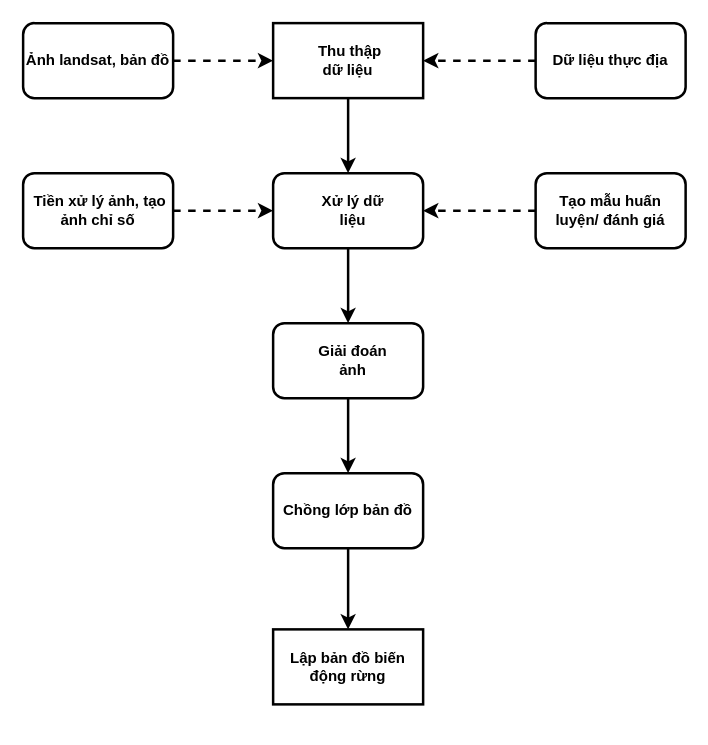
Before: tltk/kl.drawio in Hitachi124/-Users-lengochuynh-Downloads-code, a draw.io diagram. Source tidied: cells renumbered, new cells numbered last; positions are measured from the earlier drawing's top-left corner, leaving out a move shared by most shapes. Both pictures are drawn from the tidied source at 125%, with x=0, y=0 at pixel (22, 22).
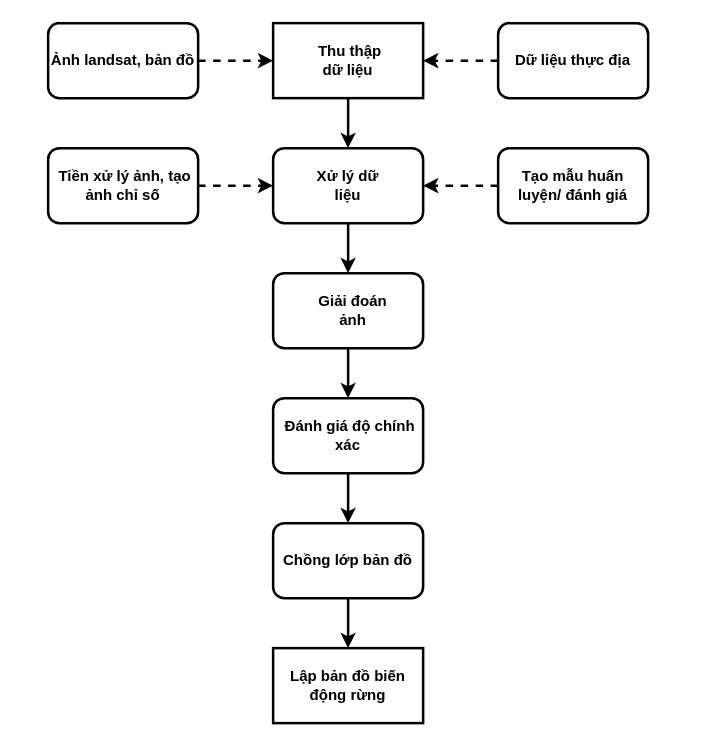
Above is the later version.

Commit message:
Cập nhật kl.drawio

What changed in the source:
```diff
@@
     <mxCell id="4" value="&lt;b&gt;Lập bản đồ biến động rừng&lt;/b&gt;" style="rounded=0;whiteSpace=wrap;html=1;strokeWidth=2;" parent="1" vertex="1">
-      <mxGeometry x="200" y="485" width="120" height="60" as="geometry" />
+      <mxGeometry x="200" y="500" width="120" height="60" as="geometry" />
     </mxCell>
@@
     <mxCell id="6" style="rounded=1;whiteSpace=wrap;html=1;strokeWidth=2;" parent="1" vertex="1">
-      <mxGeometry x="200" y="120" width="120" height="60" as="geometry" />
+      <mxGeometry x="200" y="100" width="120" height="60" as="geometry" />
     </mxCell>
@@
     <mxCell id="8" style="rounded=1;whiteSpace=wrap;html=1;strokeWidth=2;" parent="1" vertex="1">
-      <mxGeometry x="200" y="240" width="120" height="60" as="geometry" />
+      <mxGeometry x="200" y="200" width="120" height="60" as="geometry" />
     </mxCell>
-    <mxCell id="9" style="edgeStyle=orthogonalEdgeStyle;rounded=0;jettySize=auto;html=1;exitX=0.5;exitY=1;exitDx=0;exitDy=0;entryX=0.5;entryY=0;entryDx=0;entryDy=0;strokeWidth=2;" parent="1" edge="1" source="10" target="4">
-      <mxGeometry relative="1" as="geometry" />
-    </mxCell>
+    <mxCell id="22" style="edgeStyle=orthogonalEdgeStyle;rounded=0;jettySize=auto;html=1;exitX=0.5;exitY=1;exitDx=0;exitDy=0;entryX=0.5;entryY=0;entryDx=0;entryDy=0;strokeWidth=2;" parent="1" edge="1" source="10" target="24">
+      <mxGeometry relative="1" as="geometry" />
+    </mxCell>
-    <mxCell id="10" value="&lt;b&gt;Chồng lớp bản đồ&lt;/b&gt;" style="rounded=1;whiteSpace=wrap;html=1;strokeWidth=2;" parent="1" vertex="1">
-      <mxGeometry x="200" y="360" width="120" height="60" as="geometry" />
+    <mxCell id="10" value="&lt;b&gt;&amp;nbsp;Đánh giá độ chính xác&lt;/b&gt;" style="rounded=1;whiteSpace=wrap;html=1;strokeWidth=2;" parent="1" vertex="1">
+      <mxGeometry x="200" y="300" width="120" height="60" as="geometry" />
     </mxCell>
@@
     <mxCell id="12" value="&lt;b&gt;Xử lý dữ liệu&lt;/b&gt;" style="text;html=1;align=center;verticalAlign=middle;whiteSpace=wrap;rounded=0;" parent="1" vertex="1">
-      <mxGeometry x="234" y="135" width="60" height="30" as="geometry" />
+      <mxGeometry x="230" y="115" width="60" height="30" as="geometry" />
     </mxCell>
     <mxCell id="13" value="&lt;b&gt;Giải đoán ảnh&lt;/b&gt;" style="text;html=1;align=center;verticalAlign=middle;whiteSpace=wrap;rounded=0;" parent="1" vertex="1">
-      <mxGeometry x="234" y="255" width="60" height="30" as="geometry" />
+      <mxGeometry x="234" y="215" width="60" height="30" as="geometry" />
     </mxCell>
@@
     <mxCell id="15" value="&lt;b&gt;Ảnh landsat, bản đồ&lt;/b&gt;" style="rounded=1;whiteSpace=wrap;html=1;strokeWidth=2;" parent="1" vertex="1">
-      <mxGeometry width="120" height="60" as="geometry" />
+      <mxGeometry x="20" width="120" height="60" as="geometry" />
     </mxCell>
@@
     <mxCell id="17" value="&lt;b&gt;&amp;nbsp;Tiền xử lý ảnh, tạo ảnh chỉ số&lt;/b&gt;" style="rounded=1;whiteSpace=wrap;html=1;strokeWidth=2;" parent="1" vertex="1">
-      <mxGeometry y="120" width="120" height="60" as="geometry" />
+      <mxGeometry x="20" y="100" width="120" height="60" as="geometry" />
     </mxCell>
@@
     <mxCell id="19" value="&lt;b&gt;Dữ liệu thực địa&lt;/b&gt;" style="rounded=1;whiteSpace=wrap;html=1;strokeWidth=2;" parent="1" vertex="1">
-      <mxGeometry x="410" width="120" height="60" as="geometry" />
+      <mxGeometry x="380" width="120" height="60" as="geometry" />
     </mxCell>
@@
     <mxCell id="21" value="&lt;b&gt;Tạo mẫu huấn luyện/ đánh giá&lt;/b&gt;" style="rounded=1;whiteSpace=wrap;html=1;strokeWidth=2;" parent="1" vertex="1">
-      <mxGeometry x="410" y="120" width="120" height="60" as="geometry" />
+      <mxGeometry x="380" y="100" width="120" height="60" as="geometry" />
     </mxCell>
+    <mxCell id="23" style="edgeStyle=orthogonalEdgeStyle;rounded=0;jettySize=auto;html=1;exitX=0.5;exitY=1;exitDx=0;exitDy=0;entryX=0.5;entryY=0;entryDx=0;entryDy=0;strokeWidth=2;" parent="1" edge="1" source="24" target="4">
+      <mxGeometry relative="1" as="geometry" />
+    </mxCell>
+    <mxCell id="24" value="&lt;b&gt;Chồng lớp bản đồ&lt;/b&gt;" style="rounded=1;whiteSpace=wrap;html=1;strokeWidth=2;" parent="1" vertex="1">
+      <mxGeometry x="200" y="400" width="120" height="60" as="geometry" />
+    </mxCell>
```
